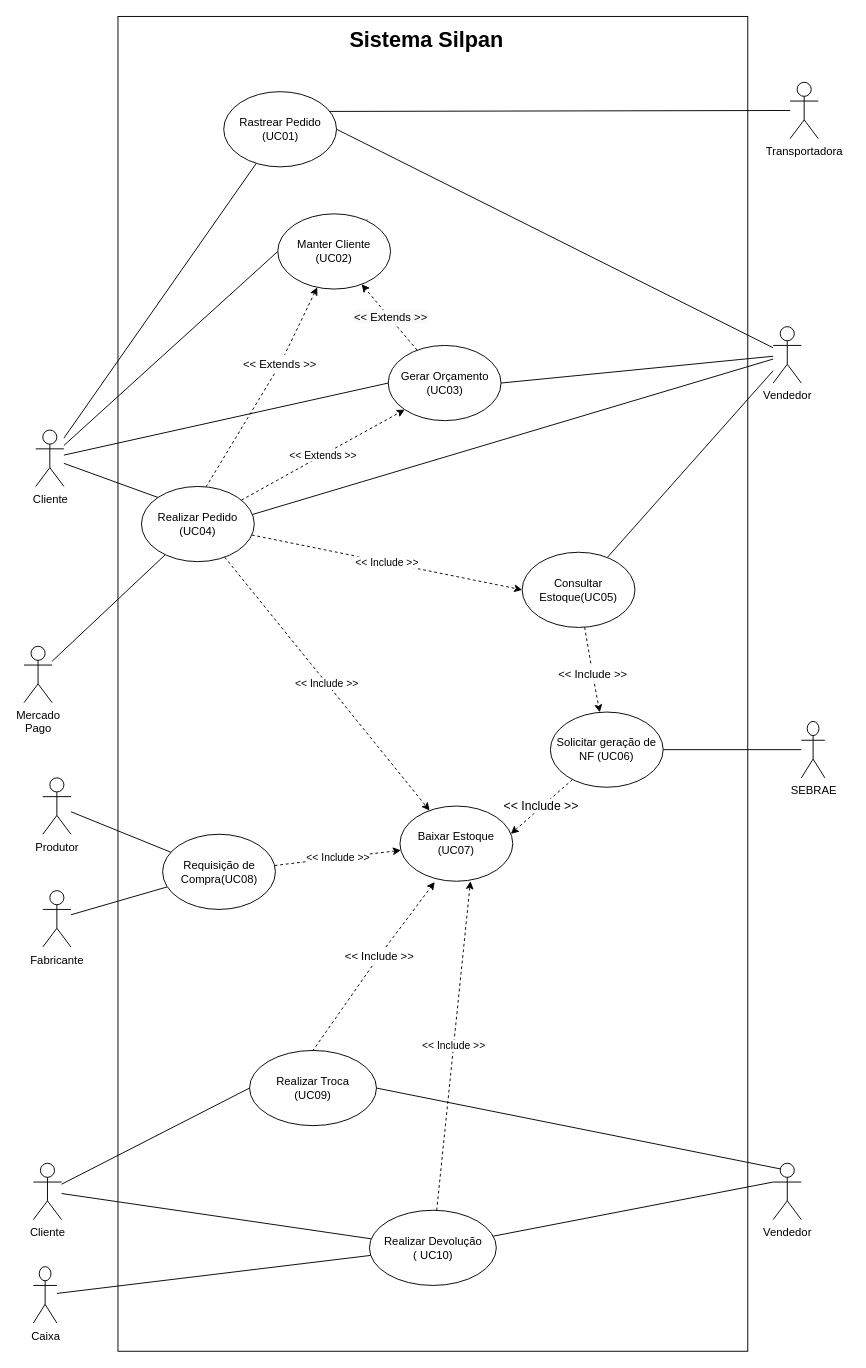
Earlier version of the draw.io diagram Diagrama de UC.drawio (Systematicos/Silpan-AMS). Source tidied: cells renumbered, new cells numbered last; positions are measured from the earlier drawing's top-left corner, leaving out a move shared by most shapes. Both pictures are drawn from the tidied source at 94%, with x=0, y=0 at pixel (24, 16).
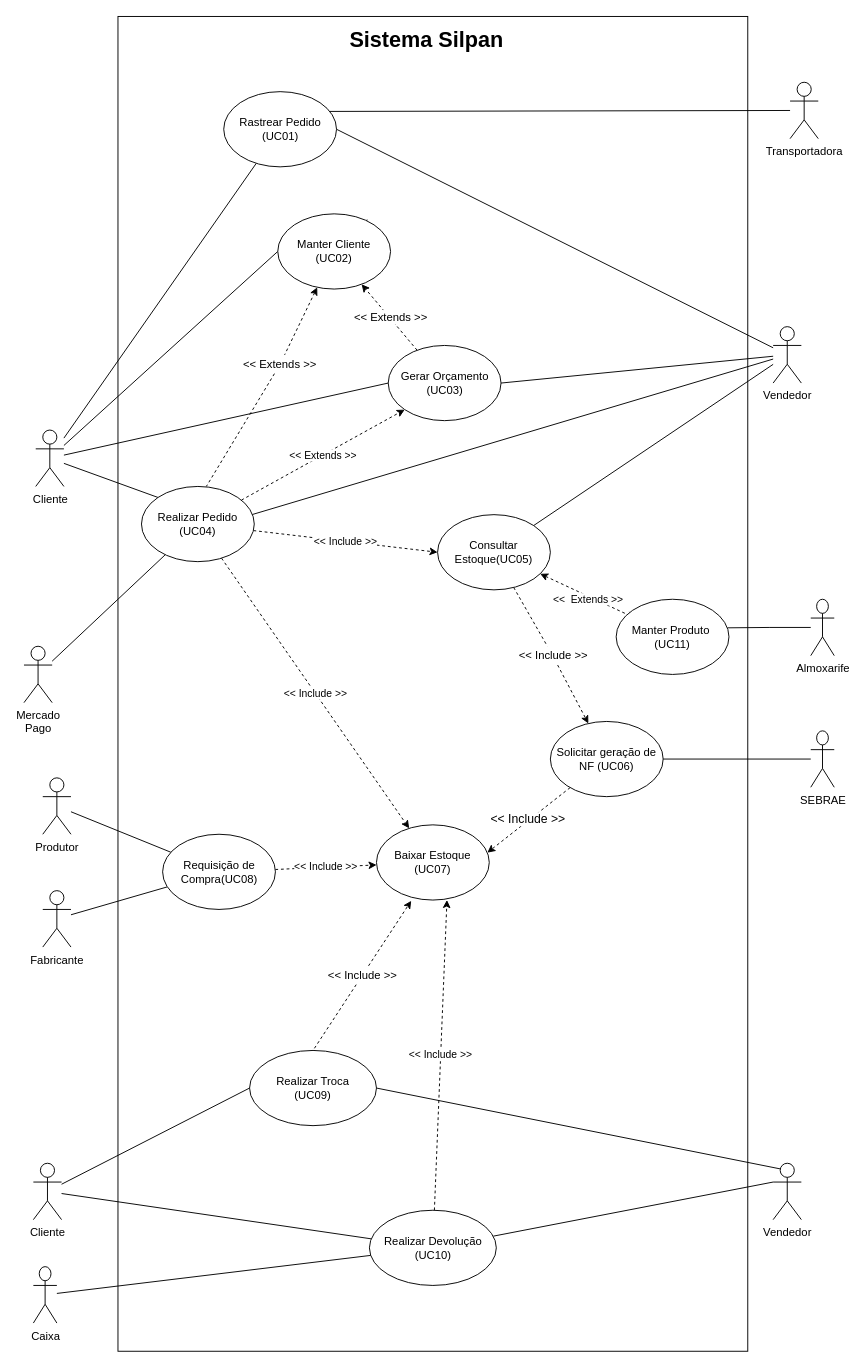
After the change.

The change refers to these unchanged cells:
```xml
<mxCell id="46" style="edgeStyle=none;rounded=0;jettySize=auto;html=1;dashed=1;endArrow=classic;endFill=1;" parent="1" edge="1" source="48" target="13">
  <mxGeometry relative="1" as="geometry" />
</mxCell>
```

Change to the diagram source:
```diff
@@
+    <mxCell id="60" value="&amp;lt;&amp;lt;&amp;nbsp; Extends &amp;gt;&amp;gt;" style="rounded=0;jettySize=auto;html=1;entryX=0.167;entryY=0.25;entryDx=0;entryDy=0;entryPerimeter=0;endArrow=open;endFill=0;dashed=1;startArrow=classic;startFill=1;" parent="1" edge="1" source="19" target="61">
+      <mxGeometry x="0.03" y="-3" relative="1" as="geometry" />
+    </mxCell>
     <mxCell id="19" value="Consultar Estoque(UC05)" style="ellipse;whiteSpace=wrap;html=1;fillColor=#FFFFFF;" parent="1" vertex="1">
-      <mxGeometry x="530" y="570" width="120" height="80" as="geometry" />
+      <mxGeometry x="440" y="530" width="120" height="80" as="geometry" />
     </mxCell>
     <mxCell id="20" value="Baixar Estoque (UC07)" style="ellipse;whiteSpace=wrap;html=1;" parent="1" vertex="1">
-      <mxGeometry x="400" y="840" width="120" height="80" as="geometry" />
+      <mxGeometry x="375" y="860" width="120" height="80" as="geometry" />
     </mxCell>
@@
     <mxCell id="24" value="Solicitar geração de NF (UC06)" style="ellipse;whiteSpace=wrap;html=1;" parent="1" vertex="1">
-      <mxGeometry x="560" y="740" width="120" height="80" as="geometry" />
+      <mxGeometry x="560" y="750" width="120" height="80" as="geometry" />
     </mxCell>
@@
     <mxCell id="26" value="SEBRAE" style="shape=umlActor;verticalLabelPosition=bottom;verticalAlign=top;html=1;" parent="1" vertex="1">
-      <mxGeometry x="827" y="750" width="25" height="60" as="geometry" />
+      <mxGeometry x="837" y="760" width="25" height="60" as="geometry" />
     </mxCell>
@@
     <mxCell id="29" value="&amp;lt;&amp;lt; Include &amp;gt;&amp;gt;" style="text;html=1;align=center;verticalAlign=middle;points=[];rotation=0;" parent="1" vertex="1">
-      <mxGeometry x="560" y="690" width="90" height="20" as="geometry" />
+      <mxGeometry x="517.5" y="670" width="90" height="20" as="geometry" />
     </mxCell>
@@
-    <mxCell id="35" value="Realizar Devolução&lt;br&gt;( UC10)" style="ellipse;whiteSpace=wrap;html=1;" parent="1" vertex="1">
+    <mxCell id="35" value="Realizar Devolução&lt;br&gt;(UC10)" style="ellipse;whiteSpace=wrap;html=1;" parent="1" vertex="1">
       <mxGeometry x="367.5" y="1270" width="135" height="80" as="geometry" />
     </mxCell>
@@
     <mxCell id="39" value="&amp;lt;&amp;lt; Include &amp;gt;&amp;gt;" style="text;html=1;align=center;verticalAlign=middle;points=[];rotation=0;" parent="1" vertex="1">
-      <mxGeometry x="332.5" y="990" width="90" height="20" as="geometry" />
+      <mxGeometry x="315" y="1010" width="90" height="20" as="geometry" />
     </mxCell>
@@
-    <mxCell id="47" value="&lt;span style=&quot;font-size: 12px ; background-color: rgb(248 , 249 , 250)&quot;&gt;&amp;lt;&amp;lt; Extends &amp;gt;&amp;gt;&lt;/span&gt;" style="edgeLabel;html=1;align=center;verticalAlign=middle;" parent="46" vertex="1">
+    <mxCell id="47" value="&lt;span style=&quot;font-size: 12px ; background-color: rgb(255 , 255 , 255)&quot;&gt;&amp;lt;&amp;lt; Extends &amp;gt;&amp;gt;&lt;/span&gt;" style="edgeLabel;html=1;align=center;verticalAlign=middle;" parent="46" vertex="1">
       <mxGeometry x="0.27" y="1" relative="1" as="geometry">
         <mxPoint x="9.8" y="8.6" as="offset" />
       </mxGeometry>
     </mxCell>
@@
+    <mxCell id="61" value="Manter Produto&amp;nbsp;&lt;br&gt;(UC11)" style="ellipse;whiteSpace=wrap;html=1;" parent="1" vertex="1">
+      <mxGeometry x="630" y="620" width="120" height="80" as="geometry" />
+    </mxCell>
+    <mxCell id="62" style="edgeStyle=orthogonalEdgeStyle;rounded=0;jettySize=auto;html=1;entryX=0.987;entryY=0.38;entryDx=0;entryDy=0;entryPerimeter=0;endArrow=none;endFill=0;" parent="1" edge="1" source="63" target="61">
+      <mxGeometry relative="1" as="geometry" />
+    </mxCell>
+    <mxCell id="63" value="Almoxarife" style="shape=umlActor;verticalLabelPosition=bottom;verticalAlign=top;html=1;" parent="1" vertex="1">
+      <mxGeometry x="837" y="620" width="25" height="60" as="geometry" />
+    </mxCell>
```
